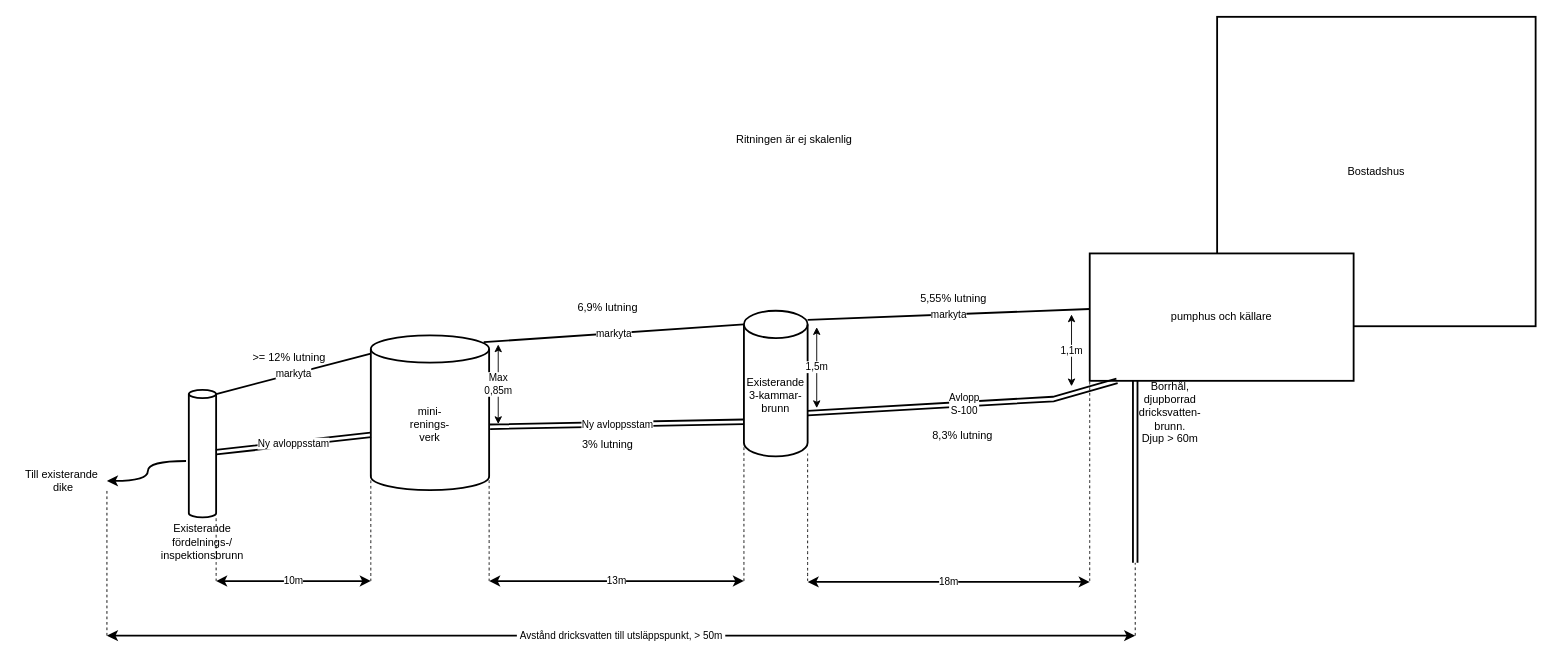
Before: avlopp/avlopp.drawio in arizon-dread/drawio, a draw.io diagram. Source tidied: cells renumbered, new cells numbered last; positions are measured from the earlier drawing's top-left corner, leaving out a move shared by most shapes. Both pictures are drawn from the tidied source at 91%, with x=0, y=0 at pixel (15, 16).
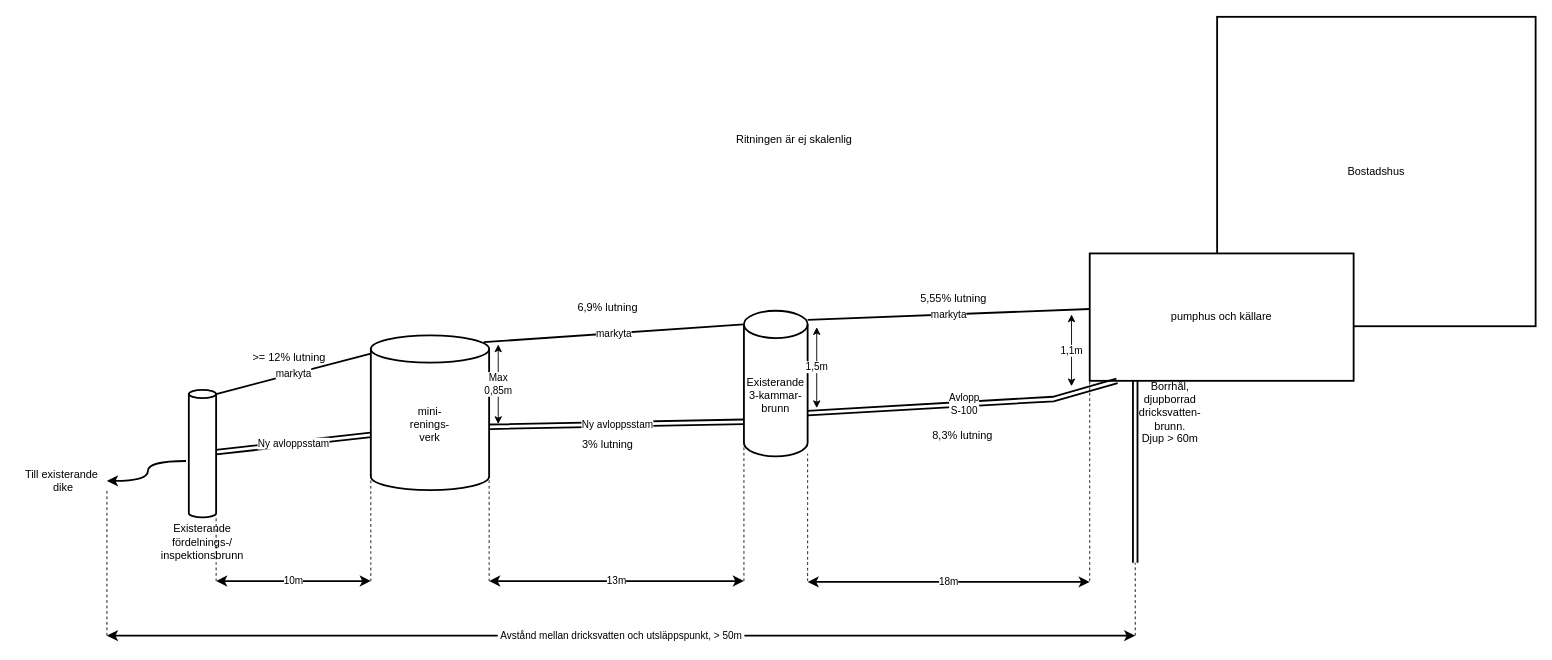
The same diagram, later.

Commit message:
tydligare text avståndspil utsläppspunkt dricksvatten

The edit, as a diff of the source:
```diff
@@
-    <mxCell id="37" value="&amp;nbsp;Avstånd dricksvatten till utsläppspunkt, &amp;gt; 50m&amp;nbsp;" style="endArrow=classic;startArrow=classic;html=1;rounded=0;strokeWidth=2;" parent="1" edge="1">
+    <mxCell id="37" value="&amp;nbsp;Avstånd mellan dricksvatten och utsläppspunkt, &amp;gt; 50m&amp;nbsp;" style="endArrow=classic;startArrow=classic;html=1;rounded=0;strokeWidth=2;" parent="1" edge="1">
       <mxGeometry relative="1" as="geometry">
         <mxPoint x="100" y="680" as="sourcePoint" />
         <mxPoint x="1230" y="680" as="targetPoint" />
       </mxGeometry>
     </mxCell>
```
